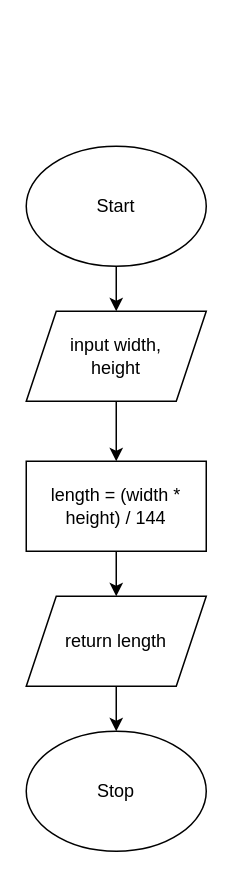
Before: Design/Unit1-05.drawio in dbcalitis/ics4u-unit1-05-typescript, a draw.io diagram. Source tidied: cells renumbered, new cells numbered last; positions are measured from the earlier drawing's top-left corner, leaving out a move shared by most shapes. Both pictures are drawn from the tidied source at 150%, with x=0, y=0 at pixel (26, 146).
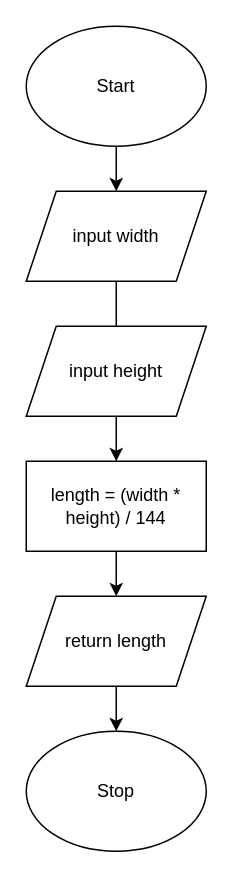
The same diagram, later.

Commit message (it also covers changes not shown here):
updated Design content

What changed in the source:
```diff
@@
 <mxGraphModel>
   <root>
     <mxCell id="0" />
     <mxCell id="1" parent="0" />
     <mxCell id="2" style="edgeStyle=orthogonalEdgeStyle;html=1;exitX=0.5;exitY=1;exitDx=0;exitDy=0;" parent="1" edge="1" source="3" target="6">
       <mxGeometry relative="1" as="geometry" />
     </mxCell>
     <mxCell id="3" value="Start" style="ellipse;whiteSpace=wrap;html=1;" parent="1" vertex="1">
-      <mxGeometry width="120" height="80" as="geometry" />
+      <mxGeometry y="-80" width="120" height="80" as="geometry" />
     </mxCell>
     <mxCell id="4" value="Stop" style="ellipse;whiteSpace=wrap;html=1;" parent="1" vertex="1">
       <mxGeometry y="390" width="120" height="80" as="geometry" />
     </mxCell>
-    <mxCell id="5" style="edgeStyle=orthogonalEdgeStyle;html=1;exitX=0.5;exitY=1;exitDx=0;exitDy=0;rounded=0;" parent="1" edge="1" source="6" target="8">
+    <mxCell id="5" style="edgeStyle=orthogonalEdgeStyle;html=1;exitX=0.5;exitY=1;exitDx=0;exitDy=0;rounded=0;startArrow=none;" parent="1" edge="1" source="11" target="8">
       <mxGeometry relative="1" as="geometry" />
     </mxCell>
-    <mxCell id="6" value="input width, &lt;br&gt;height" style="shape=parallelogram;perimeter=parallelogramPerimeter;whiteSpace=wrap;html=1;fixedSize=1;" parent="1" vertex="1">
-      <mxGeometry y="110" width="120" height="60" as="geometry" />
+    <mxCell id="6" value="input width" style="shape=parallelogram;perimeter=parallelogramPerimeter;whiteSpace=wrap;html=1;fixedSize=1;" parent="1" vertex="1">
+      <mxGeometry y="30" width="120" height="60" as="geometry" />
     </mxCell>
     <mxCell id="7" style="edgeStyle=orthogonalEdgeStyle;rounded=0;html=1;exitX=0.5;exitY=1;exitDx=0;exitDy=0;entryX=0.5;entryY=0;entryDx=0;entryDy=0;" parent="1" edge="1" source="8" target="10">
       <mxGeometry relative="1" as="geometry" />
     </mxCell>
     <mxCell id="8" value="length = (width * height) / 144" style="rounded=0;whiteSpace=wrap;html=1;" parent="1" vertex="1">
       <mxGeometry y="210" width="120" height="60" as="geometry" />
     </mxCell>
     <mxCell id="9" style="edgeStyle=orthogonalEdgeStyle;rounded=0;html=1;exitX=0.5;exitY=1;exitDx=0;exitDy=0;entryX=0.5;entryY=0;entryDx=0;entryDy=0;" parent="1" edge="1" source="10" target="4">
       <mxGeometry relative="1" as="geometry" />
     </mxCell>
     <mxCell id="10" value="return length" style="shape=parallelogram;perimeter=parallelogramPerimeter;whiteSpace=wrap;html=1;fixedSize=1;" parent="1" vertex="1">
       <mxGeometry y="300" width="120" height="60" as="geometry" />
     </mxCell>
+    <mxCell id="11" value="input height" style="shape=parallelogram;perimeter=parallelogramPerimeter;whiteSpace=wrap;html=1;fixedSize=1;" parent="1" vertex="1">
+      <mxGeometry y="120" width="120" height="60" as="geometry" />
+    </mxCell>
+    <mxCell id="12" style="edgeStyle=orthogonalEdgeStyle;html=1;exitX=0.5;exitY=1;exitDx=0;exitDy=0;rounded=0;endArrow=none;" parent="1" edge="1" source="6" target="11">
+      <mxGeometry relative="1" as="geometry" />
+    </mxCell>
   </root>
 </mxGraphModel>
```
